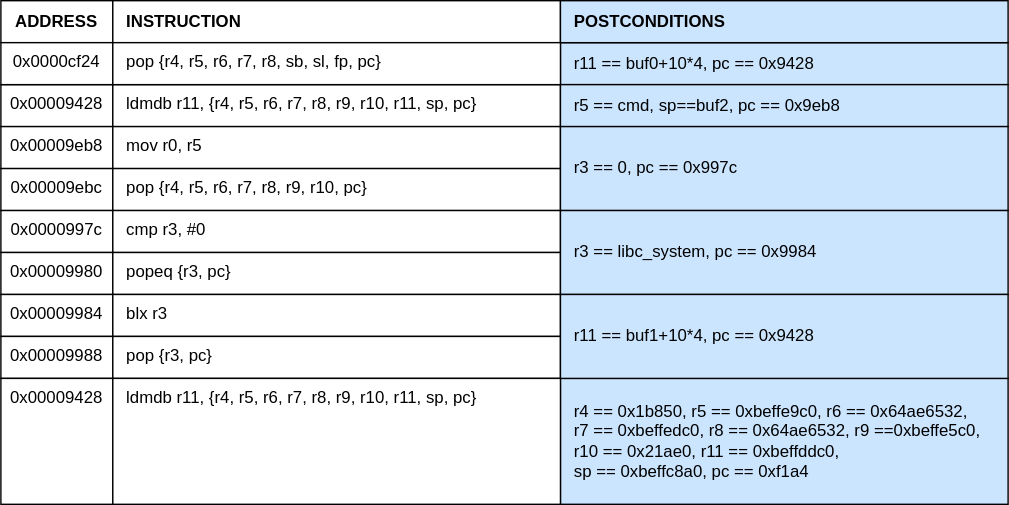
The draw.io diagram images/ROP_Chain.drawio.svg in cyber-defence-campus/netgear_r6700v3_circled, before a commit. Source tidied: cells renumbered, new cells last; positions are measured from the earlier drawing's top-left corner, leaving out a move shared by most shapes.
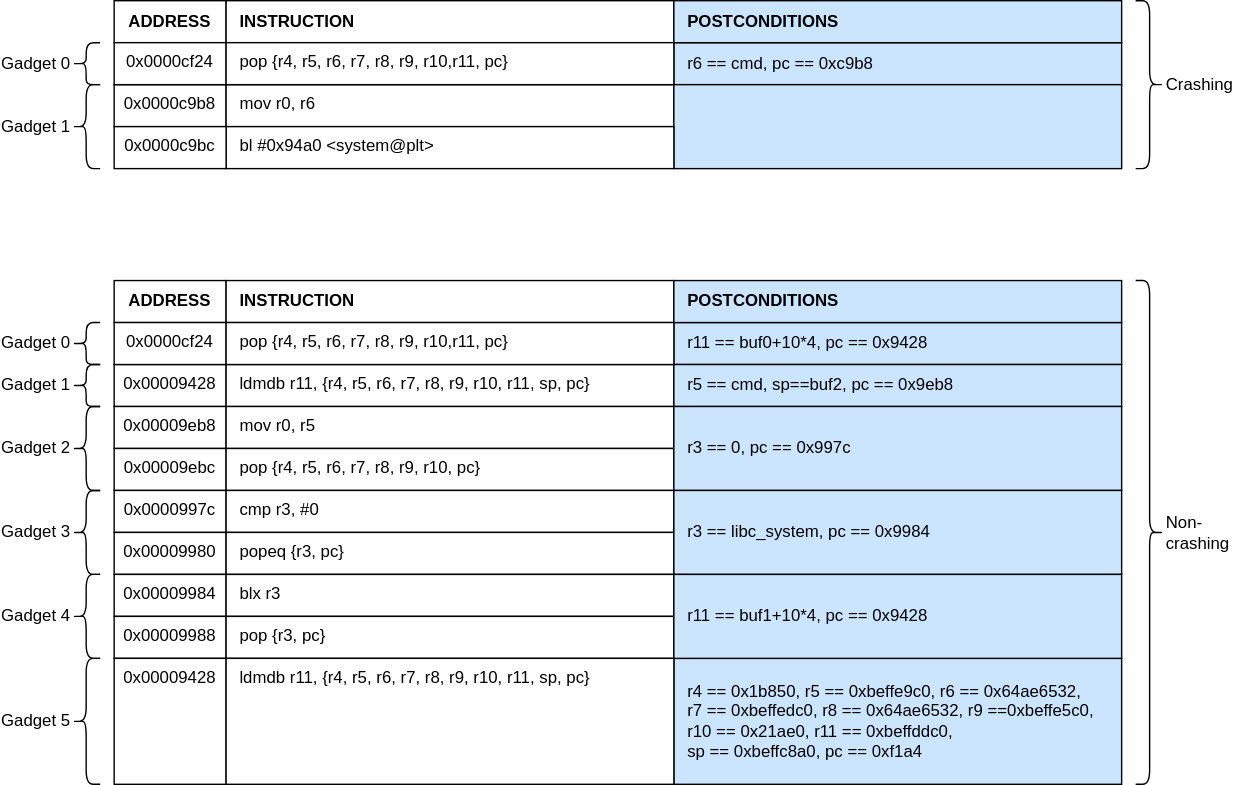
Later version of the same file.

Commit message:
Added crashing ROP chain

What changed in the source:
```diff
@@ -56,6 +56,9 @@
     <mxCell id="19" value="blx r3" style="rounded=0;whiteSpace=wrap;html=1;verticalAlign=top;align=left;spacingLeft=8;spacingRight=8;" parent="1" vertex="1">
       <mxGeometry x="80" y="210" width="320" height="30" as="geometry" />
     </mxCell>
+    <mxCell id="29" style="edgeStyle=orthogonalEdgeStyle;rounded=0;jettySize=auto;html=1;" parent="1" edge="1" source="20" target="24">
+      <mxGeometry relative="1" as="geometry" />
+    </mxCell>
     <mxCell id="20" value="0x00009988" style="rounded=0;whiteSpace=wrap;html=1;verticalAlign=top;" parent="1" vertex="1">
       <mxGeometry y="240" width="80" height="30" as="geometry" />
     </mxCell>
@@ -77,11 +80,74 @@
     <mxCell id="26" value="0x0000cf24" style="rounded=0;whiteSpace=wrap;html=1;verticalAlign=top;" parent="1" vertex="1">
       <mxGeometry y="30" width="80" height="30" as="geometry" />
     </mxCell>
-    <mxCell id="27" value="pop {r4, r5, r6, r7, r8, sb, sl, fp, pc}" style="rounded=0;whiteSpace=wrap;html=1;verticalAlign=top;align=left;spacingLeft=8;spacingRight=8;fontColor=#000000;" parent="1" vertex="1">
-      <mxGeometry x="80" y="30" width="320" height="30" as="geometry" />
-    </mxCell>
     <mxCell id="28" value="&lt;b&gt;POSTCONDITIONS&lt;/b&gt;" style="rounded=0;whiteSpace=wrap;html=1;verticalAlign=middle;align=left;spacingLeft=8;spacingRight=8;fillColor=#CCE5FF;" parent="1" vertex="1">
       <mxGeometry x="400" width="320" height="30" as="geometry" />
     </mxCell>
+    <mxCell id="30" value="0x0000c9b8" style="rounded=0;whiteSpace=wrap;html=1;verticalAlign=top;" parent="1" vertex="1">
+      <mxGeometry y="-140" width="80" height="30" as="geometry" />
+    </mxCell>
+    <mxCell id="31" value="mov r0, r6" style="rounded=0;whiteSpace=wrap;html=1;verticalAlign=top;align=left;spacingLeft=8;spacingRight=8;fontColor=#000000;" parent="1" vertex="1">
+      <mxGeometry x="80" y="-140" width="320" height="30" as="geometry" />
+    </mxCell>
+    <mxCell id="32" value="r6 == cmd, pc == 0xc9b8" style="rounded=0;whiteSpace=wrap;html=1;verticalAlign=middle;align=left;spacingLeft=8;spacingRight=8;fillColor=#CCE5FF;" parent="1" vertex="1">
+      <mxGeometry x="400" y="-170" width="320" height="30" as="geometry" />
+    </mxCell>
+    <mxCell id="33" value="ADDRESS" style="rounded=0;whiteSpace=wrap;html=1;verticalAlign=middle;fontStyle=1;" parent="1" vertex="1">
+      <mxGeometry y="-200" width="80" height="30" as="geometry" />
+    </mxCell>
+    <mxCell id="34" value="INSTRUCTION" style="rounded=0;whiteSpace=wrap;html=1;verticalAlign=middle;align=left;spacingLeft=8;spacingRight=8;fontStyle=1;" parent="1" vertex="1">
+      <mxGeometry x="80" y="-200" width="320" height="30" as="geometry" />
+    </mxCell>
+    <mxCell id="35" style="rounded=0;whiteSpace=wrap;html=1;verticalAlign=middle;align=left;spacingLeft=8;spacingRight=8;fillColor=#CCE5FF;" parent="1" vertex="1">
+      <mxGeometry x="400" y="-140" width="320" height="60" as="geometry" />
+    </mxCell>
+    <mxCell id="36" value="0x0000cf24" style="rounded=0;whiteSpace=wrap;html=1;verticalAlign=top;" parent="1" vertex="1">
+      <mxGeometry y="-170" width="80" height="30" as="geometry" />
+    </mxCell>
+    <mxCell id="37" value="pop {r4, r5, r6, r7, r8, r9, r10,r11, pc}" style="rounded=0;whiteSpace=wrap;html=1;verticalAlign=top;align=left;spacingLeft=8;spacingRight=8;fontColor=#000000;" parent="1" vertex="1">
+      <mxGeometry x="80" y="-170" width="320" height="30" as="geometry" />
+    </mxCell>
+    <mxCell id="38" value="&lt;b&gt;POSTCONDITIONS&lt;/b&gt;" style="rounded=0;whiteSpace=wrap;html=1;verticalAlign=middle;align=left;spacingLeft=8;spacingRight=8;fillColor=#CCE5FF;" parent="1" vertex="1">
+      <mxGeometry x="400" y="-200" width="320" height="30" as="geometry" />
+    </mxCell>
+    <mxCell id="39" value="bl #0x94a0 &amp;lt;system@plt&amp;gt;" style="rounded=0;whiteSpace=wrap;html=1;verticalAlign=top;align=left;spacingLeft=8;spacingRight=8;fontColor=#000000;" parent="1" vertex="1">
+      <mxGeometry x="80" y="-110" width="320" height="30" as="geometry" />
+    </mxCell>
+    <mxCell id="40" value="0x0000c9bc" style="rounded=0;whiteSpace=wrap;html=1;verticalAlign=top;" parent="1" vertex="1">
+      <mxGeometry y="-110" width="80" height="30" as="geometry" />
+    </mxCell>
+    <mxCell id="41" value="pop {r4, r5, r6, r7, r8, r9, r10,r11, pc}" style="rounded=0;whiteSpace=wrap;html=1;verticalAlign=top;align=left;spacingLeft=8;spacingRight=8;fontColor=#000000;" parent="1" vertex="1">
+      <mxGeometry x="80" y="30" width="320" height="30" as="geometry" />
+    </mxCell>
+    <mxCell id="42" value="Gadget 0" style="shape=curlyBracket;html=1;rounded=1;labelPosition=left;verticalLabelPosition=middle;align=right;verticalAlign=middle;" parent="1" vertex="1">
+      <mxGeometry x="-30" y="-170" width="20" height="30" as="geometry" />
+    </mxCell>
+    <mxCell id="43" value="Gadget 1" style="shape=curlyBracket;html=1;rounded=1;labelPosition=left;verticalLabelPosition=middle;align=right;verticalAlign=middle;" parent="1" vertex="1">
+      <mxGeometry x="-30" y="-140" width="20" height="60" as="geometry" />
+    </mxCell>
+    <mxCell id="44" value="Gadget 0" style="shape=curlyBracket;html=1;rounded=1;labelPosition=left;verticalLabelPosition=middle;align=right;verticalAlign=middle;" parent="1" vertex="1">
+      <mxGeometry x="-30" y="30" width="20" height="30" as="geometry" />
+    </mxCell>
+    <mxCell id="45" value="Gadget 1" style="shape=curlyBracket;html=1;rounded=1;labelPosition=left;verticalLabelPosition=middle;align=right;verticalAlign=middle;" parent="1" vertex="1">
+      <mxGeometry x="-30" y="60" width="20" height="30" as="geometry" />
+    </mxCell>
+    <mxCell id="46" value="Gadget 2" style="shape=curlyBracket;html=1;rounded=1;labelPosition=left;verticalLabelPosition=middle;align=right;verticalAlign=middle;" parent="1" vertex="1">
+      <mxGeometry x="-30" y="90" width="20" height="60" as="geometry" />
+    </mxCell>
+    <mxCell id="47" value="Gadget 3" style="shape=curlyBracket;html=1;rounded=1;labelPosition=left;verticalLabelPosition=middle;align=right;verticalAlign=middle;" parent="1" vertex="1">
+      <mxGeometry x="-30" y="150" width="20" height="60" as="geometry" />
+    </mxCell>
+    <mxCell id="48" value="Gadget 4" style="shape=curlyBracket;html=1;rounded=1;labelPosition=left;verticalLabelPosition=middle;align=right;verticalAlign=middle;" parent="1" vertex="1">
+      <mxGeometry x="-30" y="210" width="20" height="60" as="geometry" />
+    </mxCell>
+    <mxCell id="49" value="Gadget 5" style="shape=curlyBracket;html=1;rounded=1;labelPosition=left;verticalLabelPosition=middle;align=right;verticalAlign=middle;" parent="1" vertex="1">
+      <mxGeometry x="-30" y="270" width="20" height="90" as="geometry" />
+    </mxCell>
+    <mxCell id="50" value="Crashing" style="shape=curlyBracket;whiteSpace=wrap;html=1;rounded=1;flipH=1;labelPosition=right;verticalLabelPosition=middle;align=left;verticalAlign=middle;" parent="1" vertex="1">
+      <mxGeometry x="730" y="-200" width="20" height="120" as="geometry" />
+    </mxCell>
+    <mxCell id="51" value="Non-crashing" style="shape=curlyBracket;whiteSpace=wrap;html=1;rounded=1;flipH=1;labelPosition=right;verticalLabelPosition=middle;align=left;verticalAlign=middle;" parent="1" vertex="1">
+      <mxGeometry x="730" width="20" height="360" as="geometry" />
+    </mxCell>
   </root>
 </mxGraphModel>
```
